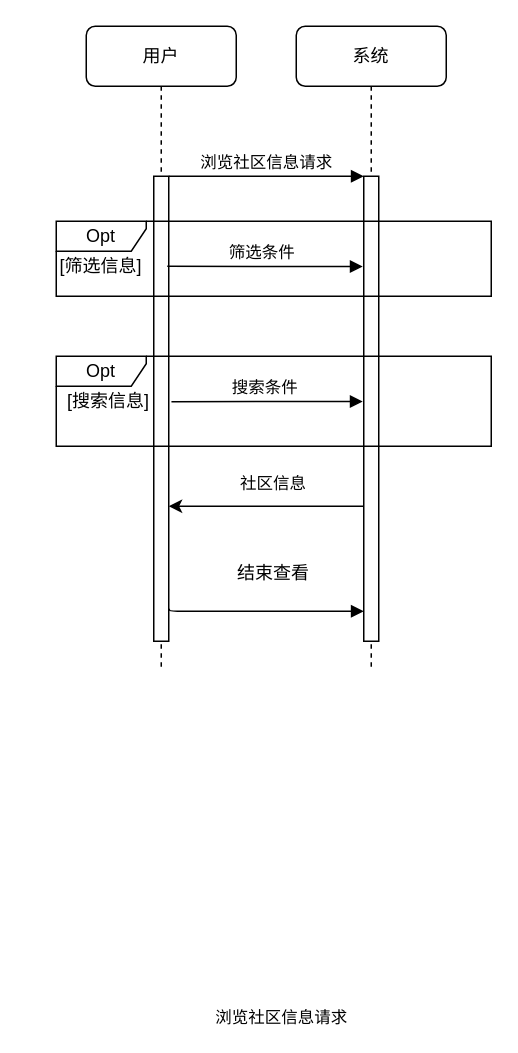
Above: Untitled Diagram.drawio in Gelanbo/study (draw.io), before the change. Source tidied: cells renumbered, new cells numbered last; positions are measured from the earlier drawing's top-left corner, leaving out a move shared by most shapes. Both pictures are drawn from the tidied source at 150%, with x=0, y=0 at pixel (26, 26).
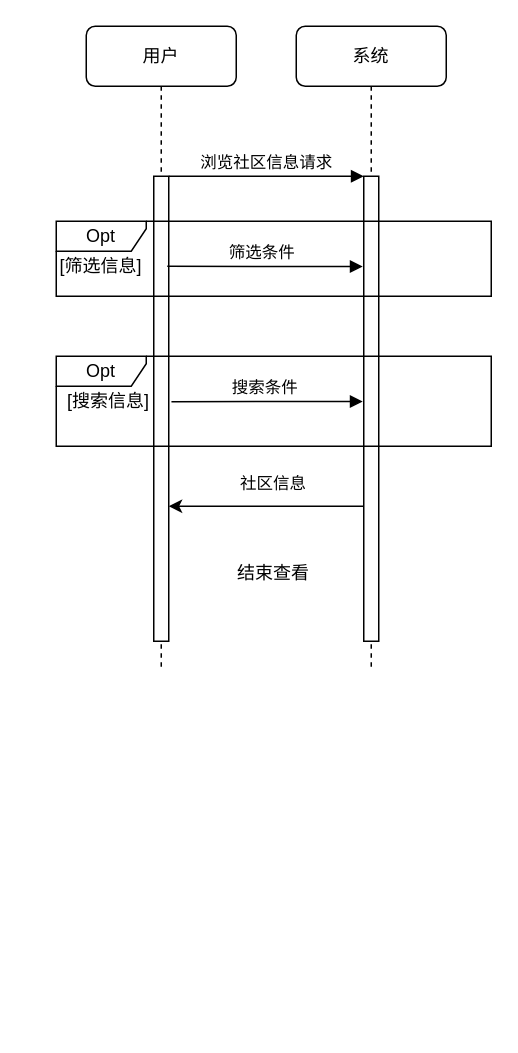
The same diagram, later.

Commit message (it also covers changes not shown here):
浏览社区信息_顺

Unchanged cells that the change refers to:
```xml
<mxCell id="3" style="html=1;points=[];perimeter=orthogonalPerimeter;rounded=0;shadow=0;comic=0;labelBackgroundColor=none;strokeWidth=1;fontFamily=Verdana;fontSize=12;align=center;" parent="2" vertex="1">
  <mxGeometry x="45" y="100" width="10" height="310" as="geometry" />
</mxCell>
<mxCell id="6" style="html=1;points=[];perimeter=orthogonalPerimeter;rounded=0;shadow=0;comic=0;labelBackgroundColor=none;strokeWidth=1;fontFamily=Verdana;fontSize=12;align=center;" parent="5" vertex="1">
  <mxGeometry x="45" y="100" width="10" height="310" as="geometry" />
</mxCell>
```

Diff of the diagram source:
```diff
@@
-    <mxCell id="15" value="&lt;font style=&quot;font-size: 11px&quot;&gt;浏览社区信息请求&lt;/font&gt;" style="html=1;verticalAlign=bottom;endArrow=block;labelBackgroundColor=none;fontFamily=Verdana;fontSize=12;edgeStyle=elbowEdgeStyle;elbow=vertical;exitX=1.038;exitY=0.93;exitDx=0;exitDy=0;exitPerimeter=0;" parent="1" edge="1" source="3" target="6">
-      <mxGeometry x="0.15" y="-280" relative="1" as="geometry">
-        <Array as="points">
-          <mxPoint x="190" y="390" />
-        </Array>
-      </mxGeometry>
-    </mxCell>
```
